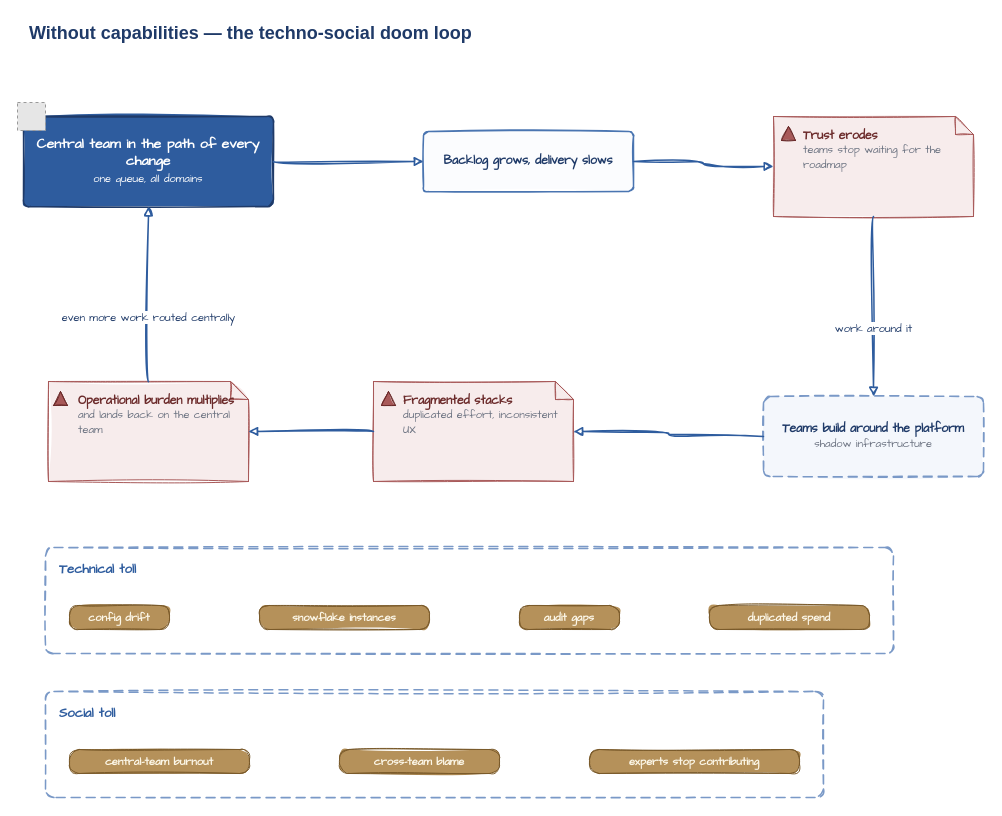
The draw.io diagram diagrams/implications-no-capabilities.drawio in missBerg/platform-capabilities, before the edit. Source tidied: cells renumbered, new cells numbered last; positions are measured from the earlier drawing's top-left corner, leaving out a move shared by most shapes. Both pictures are drawn from the tidied source at 100%, with x=0, y=0 at pixel (17, 17). Pictures stored in the file or linked from it are replaced by grey dashed boxes.
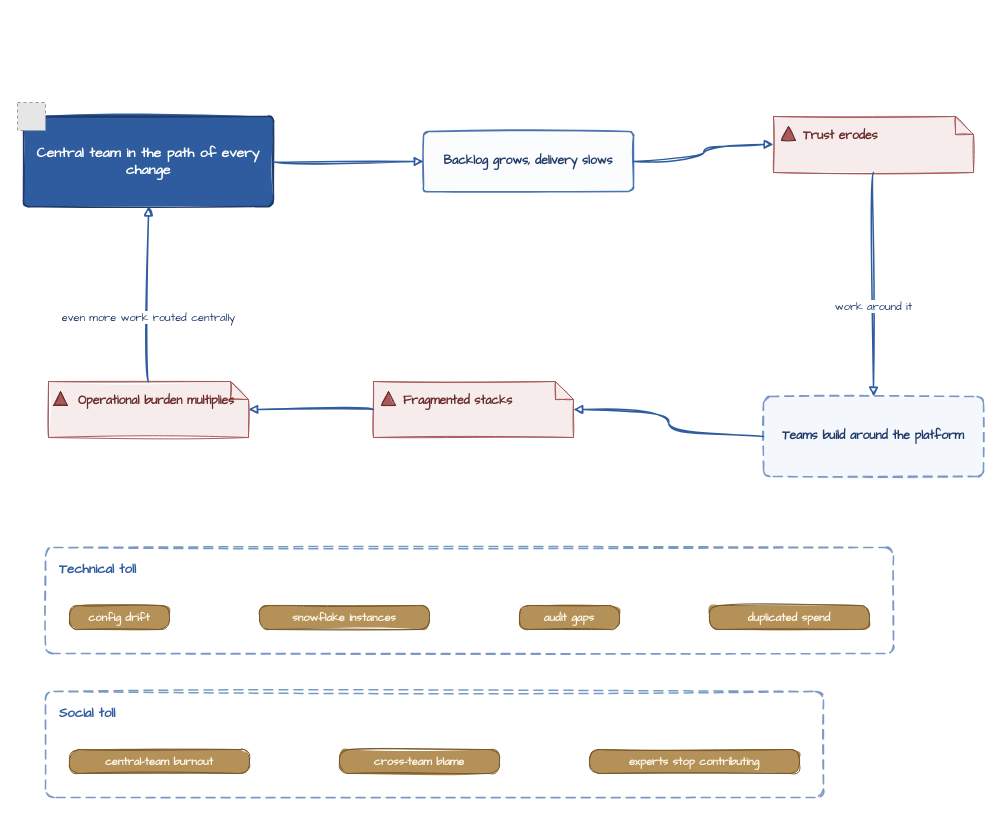
After the change.

Diff of the diagram source:
```diff
@@
-    <mxCell id="2" value="Without capabilities — the techno-social doom loop" style="text;html=1;align=left;verticalAlign=middle;whiteSpace=wrap;rounded=0;fontColor=#1F3A68;fontFamily=Helvetica;fontSize=18;fontStyle=1;spacingLeft=4;" parent="1" vertex="1">
-      <mxGeometry x="6" width="570" height="32" as="geometry" />
-    </mxCell>
@@
-    <mxCell id="5" value="&lt;font style=&quot;color: rgb(255, 255, 255);&quot;&gt;&lt;b&gt;Central team in the path of every change&lt;/b&gt;&lt;br&gt;&lt;font style=&quot;font-size: 11px;&quot;&gt;one queue, all domains&lt;/font&gt;&lt;/font&gt;" style="rounded=1;whiteSpace=wrap;html=1;arcSize=8;fillColor=#2E5C9E;strokeColor=#1F3A68;strokeWidth=1.5;fontColor=#FFFFFF;fontFamily=Comic Sans MS;fontSize=14;align=center;verticalAlign=middle;shadow=0;sketch=1;fillStyle=solid;" parent="1" vertex="1">
+    <mxCell id="5" value="&lt;font style=&quot;color: rgb(255, 255, 255);&quot;&gt;&lt;b&gt;Central team in the path of every change&lt;/b&gt;" style="rounded=1;whiteSpace=wrap;html=1;arcSize=8;fillColor=#2E5C9E;strokeColor=#1F3A68;strokeWidth=1.5;fontColor=#FFFFFF;fontFamily=Comic Sans MS;fontSize=14;align=center;verticalAlign=middle;shadow=0;sketch=1;fillStyle=solid;" parent="1" vertex="1">
       <mxGeometry x="6" y="99" width="250" height="90" as="geometry" />
     </mxCell>
@@
-    <mxCell id="8" value="&lt;b&gt;Trust erodes&lt;/b&gt;&lt;br&gt;&lt;font style=&quot;font-size: 11px&quot; color=&quot;#6B7280&quot;&gt;teams stop waiting for the roadmap&lt;/font&gt;" style="shape=note;whiteSpace=wrap;html=1;backgroundOutline=1;fillColor=#F7ECEC;strokeColor=#A85959;strokeWidth=1;fontColor=#6B2A2A;fontFamily=Comic Sans MS;fontSize=12;align=left;verticalAlign=top;spacingLeft=28;spacingTop=6;spacingRight=8;shadow=0;size=18;sketch=1;fillStyle=solid;" parent="1" vertex="1">
-      <mxGeometry x="756" y="99" width="200" height="100" as="geometry" />
+    <mxCell id="8" value="&lt;b&gt;Trust erodes&lt;/b&gt;" style="shape=note;whiteSpace=wrap;html=1;backgroundOutline=1;fillColor=#F7ECEC;strokeColor=#A85959;strokeWidth=1;fontColor=#6B2A2A;fontFamily=Comic Sans MS;fontSize=12;align=left;verticalAlign=top;spacingLeft=28;spacingTop=6;spacingRight=8;shadow=0;size=18;sketch=1;fillStyle=solid;" parent="1" vertex="1">
+      <mxGeometry x="756" y="99" width="200" height="56" as="geometry" />
     </mxCell>
@@
-    <mxCell id="10" value="&lt;b&gt;Operational burden multiplies&lt;/b&gt;&lt;br&gt;&lt;font style=&quot;font-size: 11px&quot; color=&quot;#6B7280&quot;&gt;and lands back on the central team&lt;/font&gt;" style="shape=note;whiteSpace=wrap;html=1;backgroundOutline=1;fillColor=#F7ECEC;strokeColor=#A85959;strokeWidth=1;fontColor=#6B2A2A;fontFamily=Comic Sans MS;fontSize=12;align=left;verticalAlign=top;spacingLeft=28;spacingTop=6;spacingRight=8;shadow=0;size=18;sketch=1;fillStyle=solid;" parent="1" vertex="1">
-      <mxGeometry x="31" y="364" width="200" height="100" as="geometry" />
+    <mxCell id="10" value="&lt;b&gt;Operational burden multiplies&lt;/b&gt;" style="shape=note;whiteSpace=wrap;html=1;backgroundOutline=1;fillColor=#F7ECEC;strokeColor=#A85959;strokeWidth=1;fontColor=#6B2A2A;fontFamily=Comic Sans MS;fontSize=12;align=left;verticalAlign=top;spacingLeft=28;spacingTop=6;spacingRight=8;shadow=0;size=18;sketch=1;fillStyle=solid;" parent="1" vertex="1">
+      <mxGeometry x="31" y="364" width="200" height="56" as="geometry" />
     </mxCell>
@@
-    <mxCell id="12" value="&lt;b&gt;Fragmented stacks&lt;/b&gt;&lt;br&gt;&lt;font style=&quot;font-size: 11px&quot; color=&quot;#6B7280&quot;&gt;duplicated effort, inconsistent UX&lt;/font&gt;" style="shape=note;whiteSpace=wrap;html=1;backgroundOutline=1;fillColor=#F7ECEC;strokeColor=#A85959;strokeWidth=1;fontColor=#6B2A2A;fontFamily=Comic Sans MS;fontSize=12;align=left;verticalAlign=top;spacingLeft=28;spacingTop=6;spacingRight=8;shadow=0;size=18;sketch=1;fillStyle=solid;" parent="1" vertex="1">
-      <mxGeometry x="356" y="364" width="200" height="100" as="geometry" />
+    <mxCell id="12" value="&lt;b&gt;Fragmented stacks&lt;/b&gt;" style="shape=note;whiteSpace=wrap;html=1;backgroundOutline=1;fillColor=#F7ECEC;strokeColor=#A85959;strokeWidth=1;fontColor=#6B2A2A;fontFamily=Comic Sans MS;fontSize=12;align=left;verticalAlign=top;spacingLeft=28;spacingTop=6;spacingRight=8;shadow=0;size=18;sketch=1;fillStyle=solid;" parent="1" vertex="1">
+      <mxGeometry x="356" y="364" width="200" height="56" as="geometry" />
     </mxCell>
@@
-    <mxCell id="14" value="&lt;b&gt;Teams build around the platform&lt;/b&gt;&lt;br&gt;&lt;font style=&quot;font-size: 11px&quot; color=&quot;#6B7280&quot;&gt;shadow infrastructure&lt;/font&gt;" style="rounded=1;whiteSpace=wrap;html=1;arcSize=8;fillColor=#F4F7FC;strokeColor=#7A99C7;strokeWidth=1.5;dashed=1;dashPattern=6 4;fontColor=#1F3A68;fontFamily=Comic Sans MS;fontSize=12;align=center;verticalAlign=middle;shadow=0;sketch=1;fillStyle=solid;" parent="1" vertex="1">
+    <mxCell id="14" value="&lt;b&gt;Teams build around the platform&lt;/b&gt;" style="rounded=1;whiteSpace=wrap;html=1;arcSize=8;fillColor=#F4F7FC;strokeColor=#7A99C7;strokeWidth=1.5;dashed=1;dashPattern=6 4;fontColor=#1F3A68;fontFamily=Comic Sans MS;fontSize=12;align=center;verticalAlign=middle;shadow=0;sketch=1;fillStyle=solid;" parent="1" vertex="1">
       <mxGeometry x="746" y="379" width="220" height="80" as="geometry" />
     </mxCell>
```
